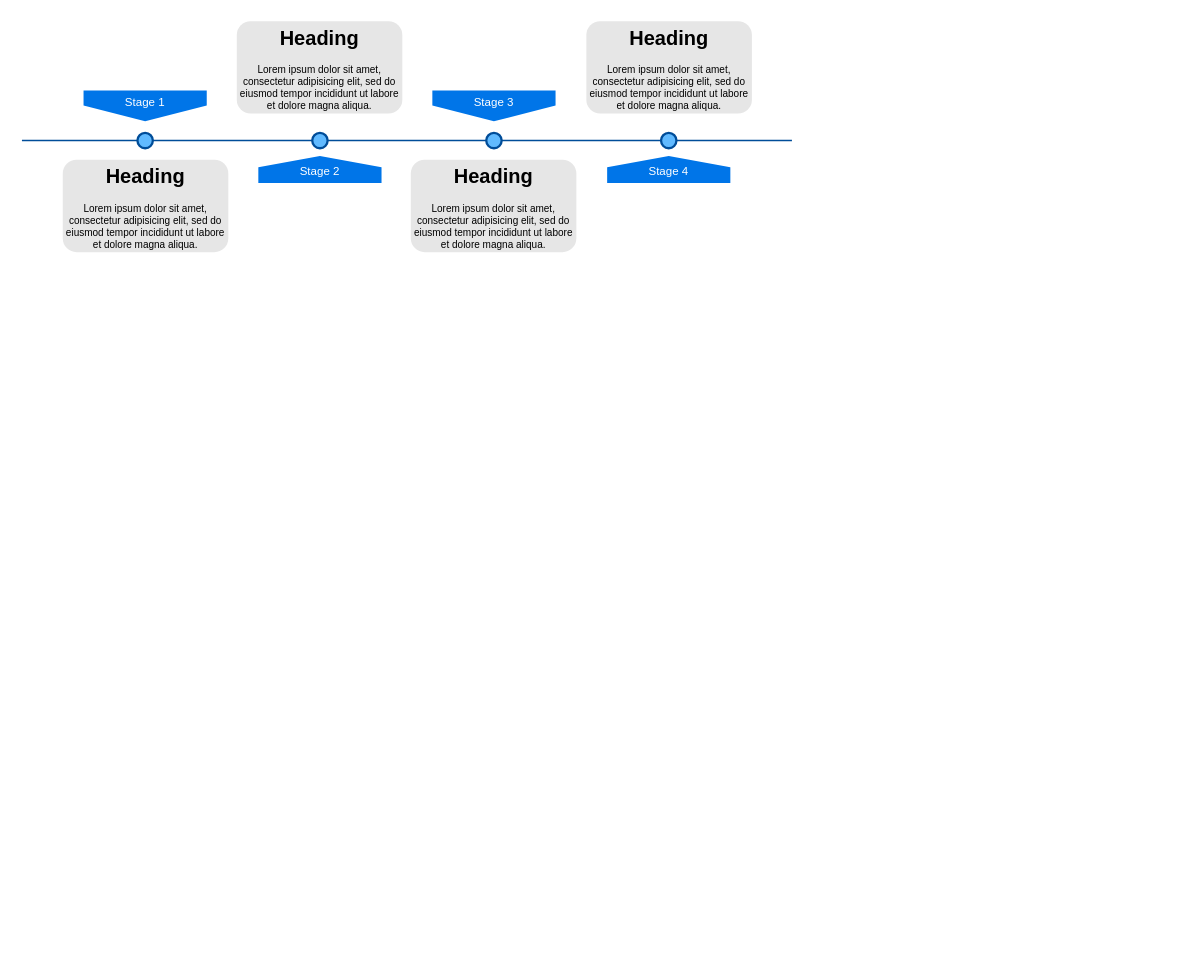
The draw.io diagram timeLine.drawio in vijay-singh-shekhawat/c, before the edit. Source tidied: cells renumbered, new cells numbered last; positions are measured from the earlier drawing's top-left corner, leaving out a move shared by most shapes. Both pictures are drawn from the tidied source at 77%, with x=0, y=0 at pixel (22, 21).
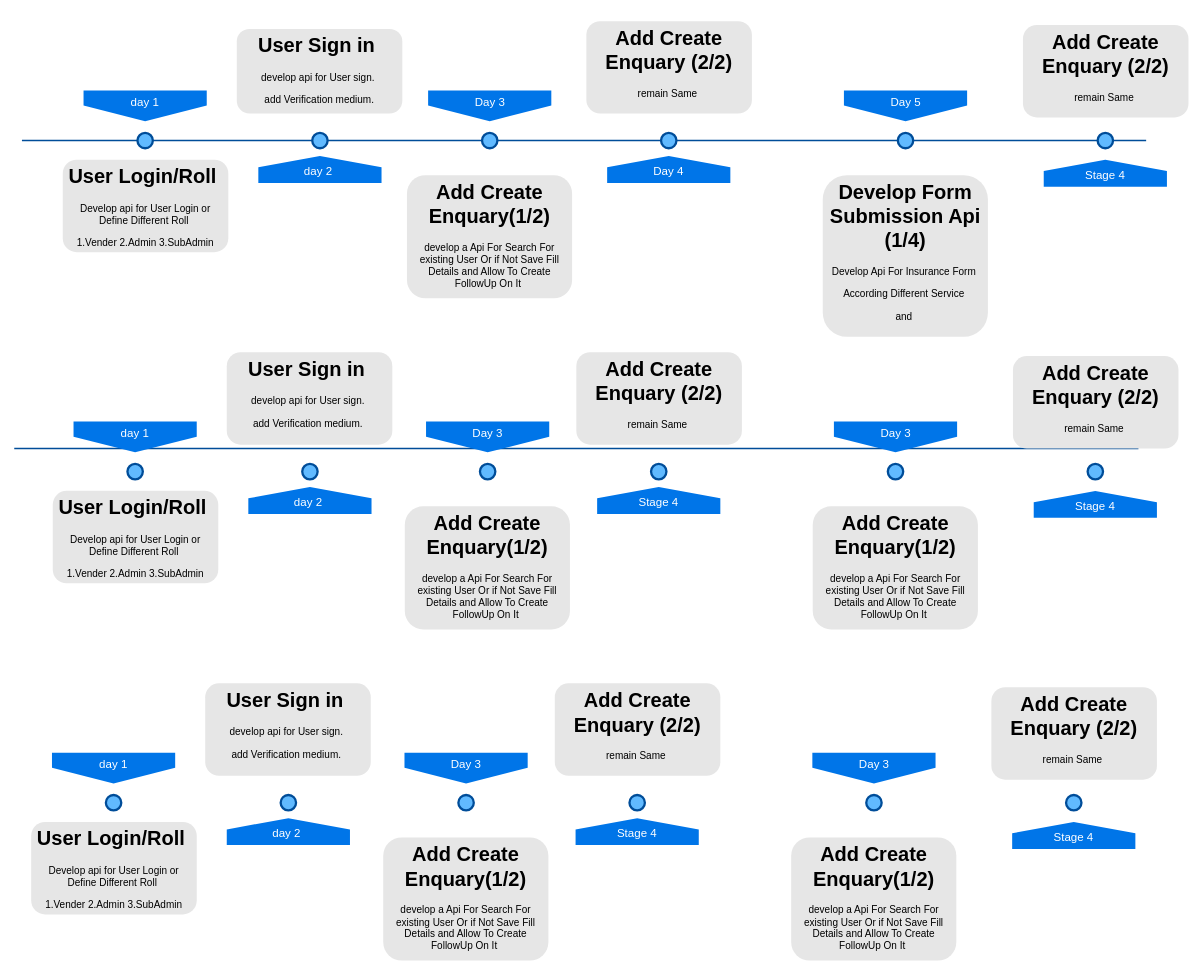
The same diagram, later.

Diff of the diagram source:
```diff
@@
     <mxCell id="2" style="line;strokeWidth=2;html=1;fillColor=none;fontSize=28;fontColor=#004D99;strokeColor=#004D99;" parent="1" vertex="1">
-      <mxGeometry y="150" width="1000" height="10" as="geometry" />
+      <mxGeometry y="150" width="1460" height="10" as="geometry" />
     </mxCell>
-    <mxCell id="3" value="Stage 1" style="shape=offPageConnector;whiteSpace=wrap;html=1;fillColor=#0075E8;fontSize=15;fontColor=#FFFFFF;size=0.5093750000000015;verticalAlign=top;strokeColor=none;" parent="1" vertex="1">
+    <mxCell id="3" value="day 1" style="shape=offPageConnector;whiteSpace=wrap;html=1;fillColor=#0075E8;fontSize=15;fontColor=#FFFFFF;size=0.5093750000000015;verticalAlign=top;strokeColor=none;" parent="1" vertex="1">
       <mxGeometry x="80" y="90" width="160" height="40" as="geometry" />
     </mxCell>
-    <mxCell id="4" value="&lt;span&gt;Stage 3&lt;/span&gt;" style="shape=offPageConnector;whiteSpace=wrap;html=1;fillColor=#0075E8;fontSize=15;fontColor=#FFFFFF;size=0.5093750000000015;verticalAlign=top;strokeColor=none;" parent="1" vertex="1">
-      <mxGeometry x="533" y="90" width="160" height="40" as="geometry" />
+    <mxCell id="4" value="Day 5" style="shape=offPageConnector;whiteSpace=wrap;html=1;fillColor=#0075E8;fontSize=15;fontColor=#FFFFFF;size=0.5093750000000015;verticalAlign=top;strokeColor=none;" parent="1" vertex="1">
+      <mxGeometry x="1067.5" y="90" width="160" height="40" as="geometry" />
     </mxCell>
-    <mxCell id="5" value="&lt;span&gt;Stage 2&lt;/span&gt;" style="shape=offPageConnector;whiteSpace=wrap;html=1;fillColor=#0075E8;fontSize=15;fontColor=#FFFFFF;size=0.4178571428571445;flipV=1;verticalAlign=bottom;strokeColor=none;spacingBottom=4;" parent="1" vertex="1">
+    <mxCell id="5" value="day 2&amp;nbsp;" style="shape=offPageConnector;whiteSpace=wrap;html=1;fillColor=#0075E8;fontSize=15;fontColor=#FFFFFF;size=0.4178571428571445;flipV=1;verticalAlign=bottom;strokeColor=none;spacingBottom=4;" parent="1" vertex="1">
       <mxGeometry x="307" y="175" width="160" height="35" as="geometry" />
     </mxCell>
-    <mxCell id="6" value="&lt;span&gt;Stage 4&lt;/span&gt;" style="shape=offPageConnector;whiteSpace=wrap;html=1;fillColor=#0075E8;fontSize=15;fontColor=#FFFFFF;size=0.4178571428571445;flipV=1;verticalAlign=bottom;strokeColor=none;spacingBottom=4;" parent="1" vertex="1">
+    <mxCell id="6" value="&lt;span&gt;Day 4&lt;/span&gt;" style="shape=offPageConnector;whiteSpace=wrap;html=1;fillColor=#0075E8;fontSize=15;fontColor=#FFFFFF;size=0.4178571428571445;flipV=1;verticalAlign=bottom;strokeColor=none;spacingBottom=4;" parent="1" vertex="1">
       <mxGeometry x="760" y="175" width="160" height="35" as="geometry" />
     </mxCell>
@@
     <mxCell id="9" style="ellipse;whiteSpace=wrap;html=1;fillColor=#61BAFF;fontSize=28;fontColor=#004D99;strokeWidth=3;strokeColor=#004D99;" parent="1" vertex="1">
-      <mxGeometry x="603" y="145" width="20" height="20" as="geometry" />
+      <mxGeometry x="1137.5" y="145" width="20" height="20" as="geometry" />
     </mxCell>
@@
-    <mxCell id="11" value="&lt;h1&gt;Heading&lt;/h1&gt;&lt;p&gt;Lorem ipsum dolor sit amet, consectetur adipisicing elit, sed do eiusmod tempor incididunt ut labore et dolore magna aliqua.&lt;/p&gt;" style="text;html=1;spacing=5;spacingTop=-20;whiteSpace=wrap;overflow=hidden;strokeColor=none;strokeWidth=3;fillColor=#E6E6E6;fontSize=13;fontColor=#000000;align=center;rounded=1;" parent="1" vertex="1">
+    <mxCell id="11" value="&lt;h1&gt;User Login/Roll&amp;nbsp;&lt;/h1&gt;&lt;p&gt;Develop api for User Login or Define Different Roll&amp;nbsp;&lt;/p&gt;&lt;p&gt;1.Vender 2.Admin 3.SubAdmin&lt;/p&gt;" style="text;html=1;spacing=5;spacingTop=-20;whiteSpace=wrap;overflow=hidden;strokeColor=none;strokeWidth=3;fillColor=#E6E6E6;fontSize=13;fontColor=#000000;align=center;rounded=1;" parent="1" vertex="1">
       <mxGeometry x="53" y="180" width="215" height="120" as="geometry" />
     </mxCell>
-    <mxCell id="12" value="&lt;h1&gt;Heading&lt;/h1&gt;&lt;p&gt;Lorem ipsum dolor sit amet, consectetur adipisicing elit, sed do eiusmod tempor incididunt ut labore et dolore magna aliqua.&lt;/p&gt;" style="text;html=1;spacing=5;spacingTop=-20;whiteSpace=wrap;overflow=hidden;strokeColor=none;strokeWidth=3;fillColor=#E6E6E6;fontSize=13;fontColor=#000000;align=center;rounded=1;" parent="1" vertex="1">
-      <mxGeometry x="279" width="215" height="120" as="geometry" />
+    <mxCell id="12" value="&lt;h1&gt;User Sign in&amp;nbsp;&lt;/h1&gt;&lt;p&gt;develop api for User sign.&amp;nbsp;&lt;/p&gt;&lt;p&gt;add Verification medium.&lt;/p&gt;" style="text;html=1;spacing=5;spacingTop=-20;whiteSpace=wrap;overflow=hidden;strokeColor=none;strokeWidth=3;fillColor=#E6E6E6;fontSize=13;fontColor=#000000;align=center;rounded=1;" parent="1" vertex="1">
+      <mxGeometry x="279" y="10" width="215" height="110" as="geometry" />
     </mxCell>
-    <mxCell id="13" value="&lt;h1&gt;Heading&lt;/h1&gt;&lt;p&gt;Lorem ipsum dolor sit amet, consectetur adipisicing elit, sed do eiusmod tempor incididunt ut labore et dolore magna aliqua.&lt;/p&gt;" style="text;html=1;spacing=5;spacingTop=-20;whiteSpace=wrap;overflow=hidden;strokeColor=none;strokeWidth=3;fillColor=#E6E6E6;fontSize=13;fontColor=#000000;align=center;rounded=1;" parent="1" vertex="1">
-      <mxGeometry x="505" y="180" width="215" height="120" as="geometry" />
+    <mxCell id="13" value="&lt;h1&gt;Develop Form Submission Api (1/4)&lt;/h1&gt;&lt;p&gt;Develop Api For Insurance Form&amp;nbsp;&lt;/p&gt;&lt;p&gt;According Different Service&amp;nbsp;&lt;/p&gt;&lt;p&gt;and&amp;nbsp;&lt;/p&gt;" style="text;html=1;spacing=5;spacingTop=-20;whiteSpace=wrap;overflow=hidden;strokeColor=none;strokeWidth=3;fillColor=#E6E6E6;fontSize=13;fontColor=#000000;align=center;rounded=1;" parent="1" vertex="1">
+      <mxGeometry x="1040" y="200" width="214.5" height="210" as="geometry" />
     </mxCell>
-    <mxCell id="14" value="&lt;h1&gt;Heading&lt;/h1&gt;&lt;p&gt;Lorem ipsum dolor sit amet, consectetur adipisicing elit, sed do eiusmod tempor incididunt ut labore et dolore magna aliqua.&lt;/p&gt;" style="text;html=1;spacing=5;spacingTop=-20;whiteSpace=wrap;overflow=hidden;strokeColor=none;strokeWidth=3;fillColor=#E6E6E6;fontSize=13;fontColor=#000000;align=center;rounded=1;" parent="1" vertex="1">
+    <mxCell id="14" value="&lt;h1&gt;Add Create Enquary (2/2)&lt;/h1&gt;&lt;p&gt;remain Same&amp;nbsp;&lt;/p&gt;" style="text;html=1;spacing=5;spacingTop=-20;whiteSpace=wrap;overflow=hidden;strokeColor=none;strokeWidth=3;fillColor=#E6E6E6;fontSize=13;fontColor=#000000;align=center;rounded=1;" parent="1" vertex="1">
       <mxGeometry x="733" width="215" height="120" as="geometry" />
     </mxCell>
+    <mxCell id="15" value="&lt;span&gt;Stage 4&lt;/span&gt;" style="shape=offPageConnector;whiteSpace=wrap;html=1;fillColor=#0075E8;fontSize=15;fontColor=#FFFFFF;size=0.4178571428571445;flipV=1;verticalAlign=bottom;strokeColor=none;spacingBottom=4;" parent="1" vertex="1">
+      <mxGeometry x="1327" y="180" width="160" height="35" as="geometry" />
+    </mxCell>
+    <mxCell id="16" style="ellipse;whiteSpace=wrap;html=1;fillColor=#61BAFF;fontSize=28;fontColor=#004D99;strokeWidth=3;strokeColor=#004D99;" parent="1" vertex="1">
+      <mxGeometry x="1397" y="145" width="20" height="20" as="geometry" />
+    </mxCell>
+    <mxCell id="17" value="&lt;h1&gt;Add Create Enquary (2/2)&lt;/h1&gt;&lt;p&gt;remain Same&amp;nbsp;&lt;/p&gt;" style="text;html=1;spacing=5;spacingTop=-20;whiteSpace=wrap;overflow=hidden;strokeColor=none;strokeWidth=3;fillColor=#E6E6E6;fontSize=13;fontColor=#000000;align=center;rounded=1;" parent="1" vertex="1">
+      <mxGeometry x="1300" y="5" width="215" height="120" as="geometry" />
+    </mxCell>
+    <mxCell id="18" style="line;strokeWidth=2;html=1;fillColor=none;fontSize=28;fontColor=#004D99;strokeColor=#004D99;" parent="1" vertex="1">
+      <mxGeometry x="-10" y="550" width="1460" height="10" as="geometry" />
+    </mxCell>
+    <mxCell id="19" value="day 1" style="shape=offPageConnector;whiteSpace=wrap;html=1;fillColor=#0075E8;fontSize=15;fontColor=#FFFFFF;size=0.5093750000000015;verticalAlign=top;strokeColor=none;" parent="1" vertex="1">
+      <mxGeometry x="67" y="520" width="160" height="40" as="geometry" />
+    </mxCell>
+    <mxCell id="20" value="Day 3" style="shape=offPageConnector;whiteSpace=wrap;html=1;fillColor=#0075E8;fontSize=15;fontColor=#FFFFFF;size=0.5093750000000015;verticalAlign=top;strokeColor=none;" parent="1" vertex="1">
+      <mxGeometry x="1054.5" y="520" width="160" height="40" as="geometry" />
+    </mxCell>
+    <mxCell id="21" value="day 2&amp;nbsp;" style="shape=offPageConnector;whiteSpace=wrap;html=1;fillColor=#0075E8;fontSize=15;fontColor=#FFFFFF;size=0.4178571428571445;flipV=1;verticalAlign=bottom;strokeColor=none;spacingBottom=4;" parent="1" vertex="1">
+      <mxGeometry x="294" y="605" width="160" height="35" as="geometry" />
+    </mxCell>
+    <mxCell id="22" value="&lt;span&gt;Stage 4&lt;/span&gt;" style="shape=offPageConnector;whiteSpace=wrap;html=1;fillColor=#0075E8;fontSize=15;fontColor=#FFFFFF;size=0.4178571428571445;flipV=1;verticalAlign=bottom;strokeColor=none;spacingBottom=4;" parent="1" vertex="1">
+      <mxGeometry x="747" y="605" width="160" height="35" as="geometry" />
+    </mxCell>
+    <mxCell id="23" style="ellipse;whiteSpace=wrap;html=1;fillColor=#61BAFF;fontSize=28;fontColor=#004D99;strokeWidth=3;strokeColor=#004D99;" parent="1" vertex="1">
+      <mxGeometry x="137" y="575" width="20" height="20" as="geometry" />
+    </mxCell>
+    <mxCell id="24" style="ellipse;whiteSpace=wrap;html=1;fillColor=#61BAFF;fontSize=28;fontColor=#004D99;strokeWidth=3;strokeColor=#004D99;" parent="1" vertex="1">
+      <mxGeometry x="364" y="575" width="20" height="20" as="geometry" />
+    </mxCell>
+    <mxCell id="25" style="ellipse;whiteSpace=wrap;html=1;fillColor=#61BAFF;fontSize=28;fontColor=#004D99;strokeWidth=3;strokeColor=#004D99;" parent="1" vertex="1">
+      <mxGeometry x="1124.5" y="575" width="20" height="20" as="geometry" />
+    </mxCell>
+    <mxCell id="26" style="ellipse;whiteSpace=wrap;html=1;fillColor=#61BAFF;fontSize=28;fontColor=#004D99;strokeWidth=3;strokeColor=#004D99;" parent="1" vertex="1">
+      <mxGeometry x="817" y="575" width="20" height="20" as="geometry" />
+    </mxCell>
+    <mxCell id="27" value="&lt;h1&gt;User Login/Roll&amp;nbsp;&lt;/h1&gt;&lt;p&gt;Develop api for User Login or Define Different Roll&amp;nbsp;&lt;/p&gt;&lt;p&gt;1.Vender 2.Admin 3.SubAdmin&lt;/p&gt;" style="text;html=1;spacing=5;spacingTop=-20;whiteSpace=wrap;overflow=hidden;strokeColor=none;strokeWidth=3;fillColor=#E6E6E6;fontSize=13;fontColor=#000000;align=center;rounded=1;" parent="1" vertex="1">
+      <mxGeometry x="40" y="610" width="215" height="120" as="geometry" />
+    </mxCell>
+    <mxCell id="28" value="&lt;h1&gt;User Sign in&amp;nbsp;&lt;/h1&gt;&lt;p&gt;develop api for User sign.&amp;nbsp;&lt;/p&gt;&lt;p&gt;add Verification medium.&amp;nbsp;&lt;/p&gt;" style="text;html=1;spacing=5;spacingTop=-20;whiteSpace=wrap;overflow=hidden;strokeColor=none;strokeWidth=3;fillColor=#E6E6E6;fontSize=13;fontColor=#000000;align=center;rounded=1;" parent="1" vertex="1">
+      <mxGeometry x="266" y="430" width="215" height="120" as="geometry" />
+    </mxCell>
+    <mxCell id="29" value="&lt;h1&gt;Add Create Enquary(1/2)&lt;/h1&gt;&lt;p&gt;develop a Api For Search For existing User Or if Not Save Fill Details and Allow To Create FollowUp On It&amp;nbsp;&lt;/p&gt;" style="text;html=1;spacing=5;spacingTop=-20;whiteSpace=wrap;overflow=hidden;strokeColor=none;strokeWidth=3;fillColor=#E6E6E6;fontSize=13;fontColor=#000000;align=center;rounded=1;" parent="1" vertex="1">
+      <mxGeometry x="1027" y="630" width="214.5" height="160" as="geometry" />
+    </mxCell>
+    <mxCell id="30" value="&lt;h1&gt;Add Create Enquary (2/2)&lt;/h1&gt;&lt;p&gt;remain Same&amp;nbsp;&lt;/p&gt;" style="text;html=1;spacing=5;spacingTop=-20;whiteSpace=wrap;overflow=hidden;strokeColor=none;strokeWidth=3;fillColor=#E6E6E6;fontSize=13;fontColor=#000000;align=center;rounded=1;" parent="1" vertex="1">
+      <mxGeometry x="720" y="430" width="215" height="120" as="geometry" />
+    </mxCell>
+    <mxCell id="31" value="&lt;span&gt;Stage 4&lt;/span&gt;" style="shape=offPageConnector;whiteSpace=wrap;html=1;fillColor=#0075E8;fontSize=15;fontColor=#FFFFFF;size=0.4178571428571445;flipV=1;verticalAlign=bottom;strokeColor=none;spacingBottom=4;" parent="1" vertex="1">
+      <mxGeometry x="1314" y="610" width="160" height="35" as="geometry" />
+    </mxCell>
+    <mxCell id="32" style="ellipse;whiteSpace=wrap;html=1;fillColor=#61BAFF;fontSize=28;fontColor=#004D99;strokeWidth=3;strokeColor=#004D99;" parent="1" vertex="1">
+      <mxGeometry x="1384" y="575" width="20" height="20" as="geometry" />
+    </mxCell>
+    <mxCell id="33" value="&lt;h1&gt;Add Create Enquary (2/2)&lt;/h1&gt;&lt;p&gt;remain Same&amp;nbsp;&lt;/p&gt;" style="text;html=1;spacing=5;spacingTop=-20;whiteSpace=wrap;overflow=hidden;strokeColor=none;strokeWidth=3;fillColor=#E6E6E6;fontSize=13;fontColor=#000000;align=center;rounded=1;" parent="1" vertex="1">
+      <mxGeometry x="1287" y="435" width="215" height="120" as="geometry" />
+    </mxCell>
+    <mxCell id="34" value="Day 3" style="shape=offPageConnector;whiteSpace=wrap;html=1;fillColor=#0075E8;fontSize=15;fontColor=#FFFFFF;size=0.5093750000000015;verticalAlign=top;strokeColor=none;" parent="1" vertex="1">
+      <mxGeometry x="527.5" y="90" width="160" height="40" as="geometry" />
+    </mxCell>
+    <mxCell id="35" style="ellipse;whiteSpace=wrap;html=1;fillColor=#61BAFF;fontSize=28;fontColor=#004D99;strokeWidth=3;strokeColor=#004D99;" parent="1" vertex="1">
+      <mxGeometry x="597.5" y="145" width="20" height="20" as="geometry" />
+    </mxCell>
+    <mxCell id="36" value="&lt;h1&gt;Add Create Enquary(1/2)&lt;/h1&gt;&lt;p&gt;develop a Api For Search For existing User Or if Not Save Fill Details and Allow To Create FollowUp On It&amp;nbsp;&lt;/p&gt;" style="text;html=1;spacing=5;spacingTop=-20;whiteSpace=wrap;overflow=hidden;strokeColor=none;strokeWidth=3;fillColor=#E6E6E6;fontSize=13;fontColor=#000000;align=center;rounded=1;" parent="1" vertex="1">
+      <mxGeometry x="500" y="200" width="214.5" height="160" as="geometry" />
+    </mxCell>
+    <mxCell id="37" value="Day 3" style="shape=offPageConnector;whiteSpace=wrap;html=1;fillColor=#0075E8;fontSize=15;fontColor=#FFFFFF;size=0.5093750000000015;verticalAlign=top;strokeColor=none;" parent="1" vertex="1">
+      <mxGeometry x="524.8" y="520" width="160" height="40" as="geometry" />
+    </mxCell>
+    <mxCell id="38" style="ellipse;whiteSpace=wrap;html=1;fillColor=#61BAFF;fontSize=28;fontColor=#004D99;strokeWidth=3;strokeColor=#004D99;" parent="1" vertex="1">
+      <mxGeometry x="594.8" y="575" width="20" height="20" as="geometry" />
+    </mxCell>
+    <mxCell id="39" value="&lt;h1&gt;Add Create Enquary(1/2)&lt;/h1&gt;&lt;p&gt;develop a Api For Search For existing User Or if Not Save Fill Details and Allow To Create FollowUp On It&amp;nbsp;&lt;/p&gt;" style="text;html=1;spacing=5;spacingTop=-20;whiteSpace=wrap;overflow=hidden;strokeColor=none;strokeWidth=3;fillColor=#E6E6E6;fontSize=13;fontColor=#000000;align=center;rounded=1;" parent="1" vertex="1">
+      <mxGeometry x="497.2" y="630" width="214.5" height="160" as="geometry" />
+    </mxCell>
+    <mxCell id="40" value="day 1" style="shape=offPageConnector;whiteSpace=wrap;html=1;fillColor=#0075E8;fontSize=15;fontColor=#FFFFFF;size=0.5093750000000015;verticalAlign=top;strokeColor=none;" parent="1" vertex="1">
+      <mxGeometry x="39" y="950" width="160" height="40" as="geometry" />
+    </mxCell>
+    <mxCell id="41" value="Day 3" style="shape=offPageConnector;whiteSpace=wrap;html=1;fillColor=#0075E8;fontSize=15;fontColor=#FFFFFF;size=0.5093750000000015;verticalAlign=top;strokeColor=none;" parent="1" vertex="1">
+      <mxGeometry x="1026.5" y="950" width="160" height="40" as="geometry" />
+    </mxCell>
+    <mxCell id="42" value="day 2&amp;nbsp;" style="shape=offPageConnector;whiteSpace=wrap;html=1;fillColor=#0075E8;fontSize=15;fontColor=#FFFFFF;size=0.4178571428571445;flipV=1;verticalAlign=bottom;strokeColor=none;spacingBottom=4;" parent="1" vertex="1">
+      <mxGeometry x="266" y="1035" width="160" height="35" as="geometry" />
+    </mxCell>
+    <mxCell id="43" value="&lt;span&gt;Stage 4&lt;/span&gt;" style="shape=offPageConnector;whiteSpace=wrap;html=1;fillColor=#0075E8;fontSize=15;fontColor=#FFFFFF;size=0.4178571428571445;flipV=1;verticalAlign=bottom;strokeColor=none;spacingBottom=4;" parent="1" vertex="1">
+      <mxGeometry x="719" y="1035" width="160" height="35" as="geometry" />
+    </mxCell>
+    <mxCell id="44" style="ellipse;whiteSpace=wrap;html=1;fillColor=#61BAFF;fontSize=28;fontColor=#004D99;strokeWidth=3;strokeColor=#004D99;" parent="1" vertex="1">
+      <mxGeometry x="109" y="1005" width="20" height="20" as="geometry" />
+    </mxCell>
+    <mxCell id="45" style="ellipse;whiteSpace=wrap;html=1;fillColor=#61BAFF;fontSize=28;fontColor=#004D99;strokeWidth=3;strokeColor=#004D99;" parent="1" vertex="1">
+      <mxGeometry x="336" y="1005" width="20" height="20" as="geometry" />
+    </mxCell>
+    <mxCell id="46" style="ellipse;whiteSpace=wrap;html=1;fillColor=#61BAFF;fontSize=28;fontColor=#004D99;strokeWidth=3;strokeColor=#004D99;" parent="1" vertex="1">
+      <mxGeometry x="1096.5" y="1005" width="20" height="20" as="geometry" />
+    </mxCell>
+    <mxCell id="47" style="ellipse;whiteSpace=wrap;html=1;fillColor=#61BAFF;fontSize=28;fontColor=#004D99;strokeWidth=3;strokeColor=#004D99;" parent="1" vertex="1">
+      <mxGeometry x="789" y="1005" width="20" height="20" as="geometry" />
+    </mxCell>
+    <mxCell id="48" value="&lt;h1&gt;User Login/Roll&amp;nbsp;&lt;/h1&gt;&lt;p&gt;Develop api for User Login or Define Different Roll&amp;nbsp;&lt;/p&gt;&lt;p&gt;1.Vender 2.Admin 3.SubAdmin&lt;/p&gt;" style="text;html=1;spacing=5;spacingTop=-20;whiteSpace=wrap;overflow=hidden;strokeColor=none;strokeWidth=3;fillColor=#E6E6E6;fontSize=13;fontColor=#000000;align=center;rounded=1;" parent="1" vertex="1">
+      <mxGeometry x="12" y="1040" width="215" height="120" as="geometry" />
+    </mxCell>
+    <mxCell id="49" value="&lt;h1&gt;User Sign in&amp;nbsp;&lt;/h1&gt;&lt;p&gt;develop api for User sign.&amp;nbsp;&lt;/p&gt;&lt;p&gt;add Verification medium.&amp;nbsp;&lt;/p&gt;" style="text;html=1;spacing=5;spacingTop=-20;whiteSpace=wrap;overflow=hidden;strokeColor=none;strokeWidth=3;fillColor=#E6E6E6;fontSize=13;fontColor=#000000;align=center;rounded=1;" parent="1" vertex="1">
+      <mxGeometry x="238" y="860" width="215" height="120" as="geometry" />
+    </mxCell>
+    <mxCell id="50" value="&lt;h1&gt;Add Create Enquary(1/2)&lt;/h1&gt;&lt;p&gt;develop a Api For Search For existing User Or if Not Save Fill Details and Allow To Create FollowUp On It&amp;nbsp;&lt;/p&gt;" style="text;html=1;spacing=5;spacingTop=-20;whiteSpace=wrap;overflow=hidden;strokeColor=none;strokeWidth=3;fillColor=#E6E6E6;fontSize=13;fontColor=#000000;align=center;rounded=1;" parent="1" vertex="1">
+      <mxGeometry x="999" y="1060" width="214.5" height="160" as="geometry" />
+    </mxCell>
+    <mxCell id="51" value="&lt;h1&gt;Add Create Enquary (2/2)&lt;/h1&gt;&lt;p&gt;remain Same&amp;nbsp;&lt;/p&gt;" style="text;html=1;spacing=5;spacingTop=-20;whiteSpace=wrap;overflow=hidden;strokeColor=none;strokeWidth=3;fillColor=#E6E6E6;fontSize=13;fontColor=#000000;align=center;rounded=1;" parent="1" vertex="1">
+      <mxGeometry x="692" y="860" width="215" height="120" as="geometry" />
+    </mxCell>
+    <mxCell id="52" value="&lt;span&gt;Stage 4&lt;/span&gt;" style="shape=offPageConnector;whiteSpace=wrap;html=1;fillColor=#0075E8;fontSize=15;fontColor=#FFFFFF;size=0.4178571428571445;flipV=1;verticalAlign=bottom;strokeColor=none;spacingBottom=4;" parent="1" vertex="1">
+      <mxGeometry x="1286" y="1040" width="160" height="35" as="geometry" />
+    </mxCell>
+    <mxCell id="53" style="ellipse;whiteSpace=wrap;html=1;fillColor=#61BAFF;fontSize=28;fontColor=#004D99;strokeWidth=3;strokeColor=#004D99;" parent="1" vertex="1">
+      <mxGeometry x="1356" y="1005" width="20" height="20" as="geometry" />
+    </mxCell>
+    <mxCell id="54" value="&lt;h1&gt;Add Create Enquary (2/2)&lt;/h1&gt;&lt;p&gt;remain Same&amp;nbsp;&lt;/p&gt;" style="text;html=1;spacing=5;spacingTop=-20;whiteSpace=wrap;overflow=hidden;strokeColor=none;strokeWidth=3;fillColor=#E6E6E6;fontSize=13;fontColor=#000000;align=center;rounded=1;" parent="1" vertex="1">
+      <mxGeometry x="1259" y="865" width="215" height="120" as="geometry" />
+    </mxCell>
+    <mxCell id="55" value="Day 3" style="shape=offPageConnector;whiteSpace=wrap;html=1;fillColor=#0075E8;fontSize=15;fontColor=#FFFFFF;size=0.5093750000000015;verticalAlign=top;strokeColor=none;" parent="1" vertex="1">
+      <mxGeometry x="496.8" y="950" width="160" height="40" as="geometry" />
+    </mxCell>
+    <mxCell id="56" style="ellipse;whiteSpace=wrap;html=1;fillColor=#61BAFF;fontSize=28;fontColor=#004D99;strokeWidth=3;strokeColor=#004D99;" parent="1" vertex="1">
+      <mxGeometry x="566.8" y="1005" width="20" height="20" as="geometry" />
+    </mxCell>
+    <mxCell id="57" value="&lt;h1&gt;Add Create Enquary(1/2)&lt;/h1&gt;&lt;p&gt;develop a Api For Search For existing User Or if Not Save Fill Details and Allow To Create FollowUp On It&amp;nbsp;&lt;/p&gt;" style="text;html=1;spacing=5;spacingTop=-20;whiteSpace=wrap;overflow=hidden;strokeColor=none;strokeWidth=3;fillColor=#E6E6E6;fontSize=13;fontColor=#000000;align=center;rounded=1;" parent="1" vertex="1">
+      <mxGeometry x="469.2" y="1060" width="214.5" height="160" as="geometry" />
+    </mxCell>
```
